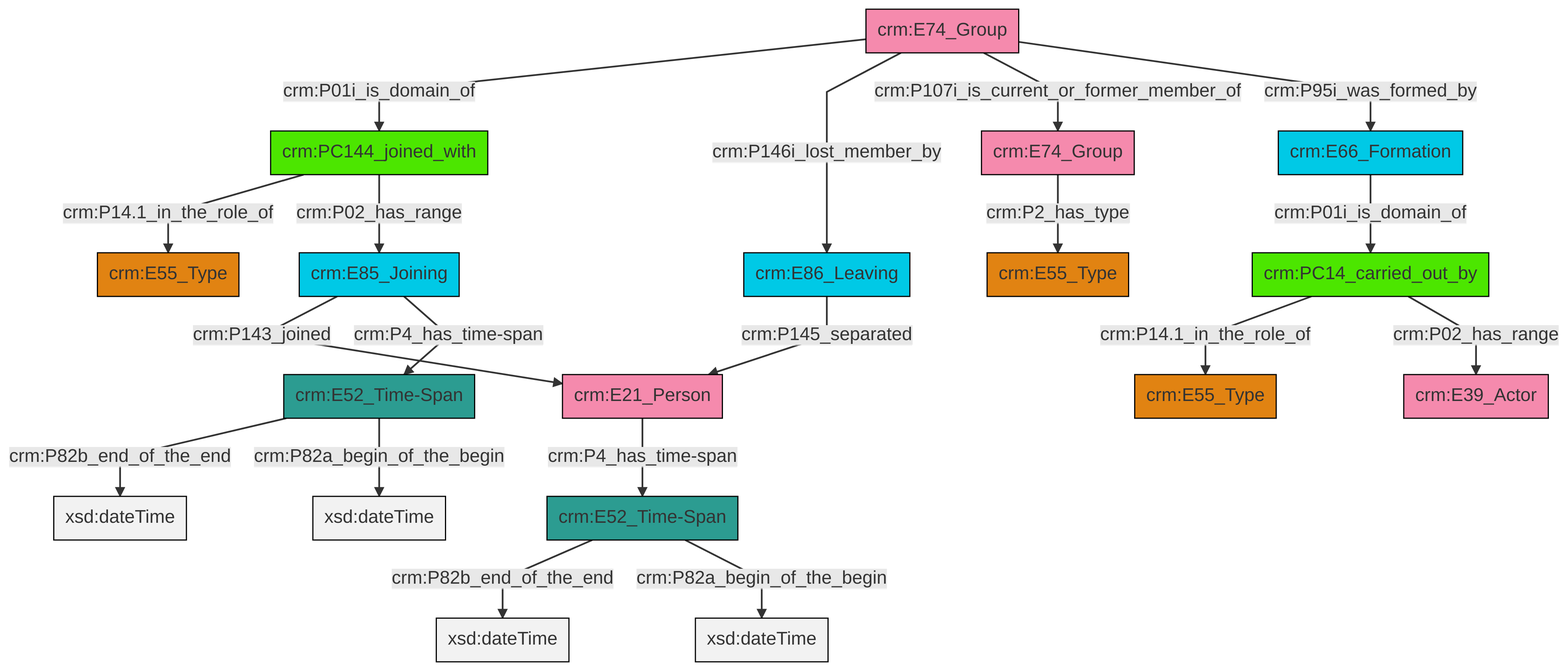
swiss-art-research-net/reference-data-models keeps this Mermaid diagram as et/groupCSV/ttl/mmd/png/group_actor_relations.png. Above is the earlier version. Its source is kept beside it as et/groupCSV/ttl/mmd/group_actor_relations.ttl.mmd.
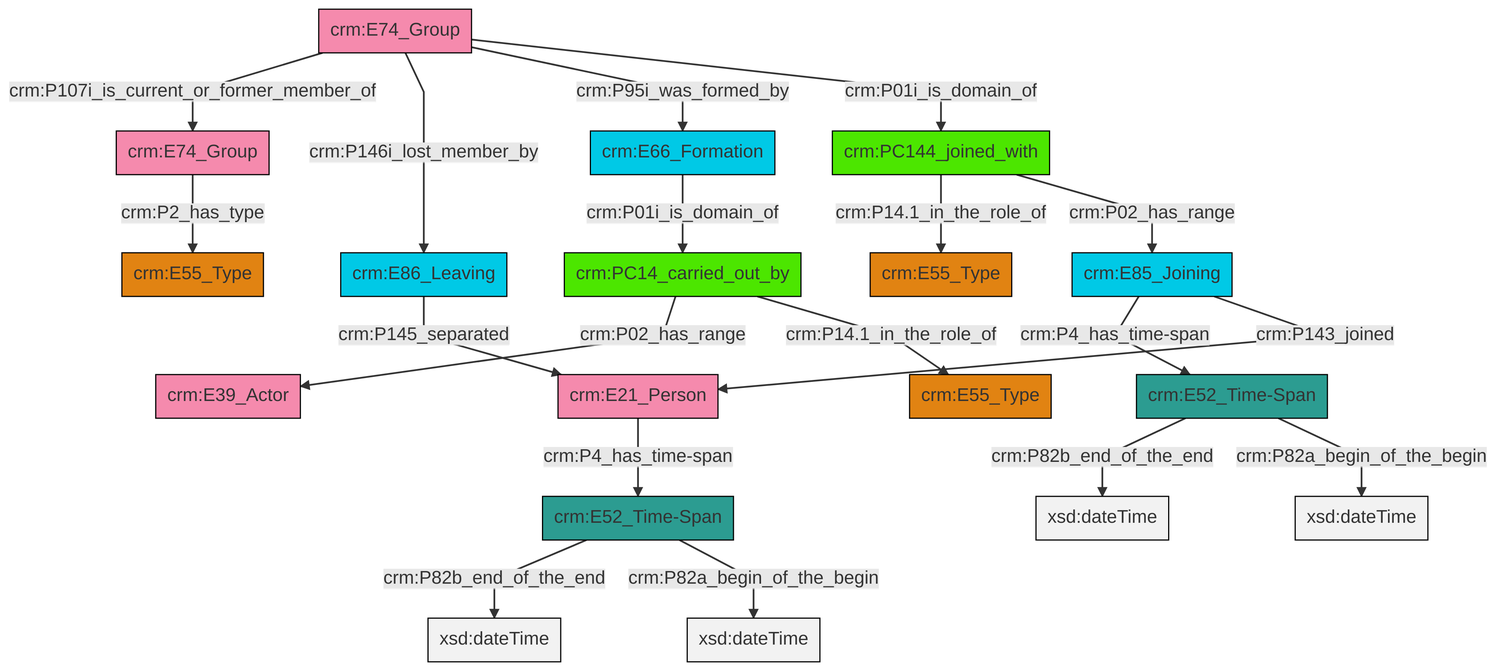
Above is the later version.

What changed in the source:
```diff
@@ -13,21 +13,21 @@
 classDef PC_Classes fill:#4ce600, stroke:#000000;
 classDef Multi fill:#cccccc,stroke:#000000;
 
-0["crm:E52_Time-Span"]:::Time-Span -->|crm:P82b_end_of_the_end| 1[xsd:dateTime]:::Literal
-2["crm:E74_Group"]:::Actor -->|crm:P2_has_type| 3["crm:E55_Type"]:::Type
-4["crm:E52_Time-Span"]:::Time-Span -->|crm:P82b_end_of_the_end| 5[xsd:dateTime]:::Literal
-6["crm:E21_Person"]:::Actor -->|crm:P4_has_time-span| 4["crm:E52_Time-Span"]:::Time-Span
-7["crm:E85_Joining"]:::Temporal_Entity -->|crm:P143_joined| 6["crm:E21_Person"]:::Actor
-8["crm:E86_Leaving"]:::Temporal_Entity -->|crm:P145_separated| 6["crm:E21_Person"]:::Actor
-7["crm:E85_Joining"]:::Temporal_Entity -->|crm:P4_has_time-span| 0["crm:E52_Time-Span"]:::Time-Span
-0["crm:E52_Time-Span"]:::Time-Span -->|crm:P82a_begin_of_the_begin| 12[xsd:dateTime]:::Literal
-16["crm:E74_Group"]:::Actor -->|crm:P01i_is_domain_of| 17["crm:PC144_joined_with"]:::PC_Classes
-20["crm:PC14_carried_out_by"]:::PC_Classes -->|crm:P14.1_in_the_role_of| 13["crm:E55_Type"]:::Type
-16["crm:E74_Group"]:::Actor -->|crm:P146i_lost_member_by| 8["crm:E86_Leaving"]:::Temporal_Entity
-21["crm:E66_Formation"]:::Temporal_Entity -->|crm:P01i_is_domain_of| 20["crm:PC14_carried_out_by"]:::PC_Classes
-4["crm:E52_Time-Span"]:::Time-Span -->|crm:P82a_begin_of_the_begin| 23[xsd:dateTime]:::Literal
-17["crm:PC144_joined_with"]:::PC_Classes -->|crm:P14.1_in_the_role_of| 18["crm:E55_Type"]:::Type
-16["crm:E74_Group"]:::Actor -->|crm:P107i_is_current_or_former_member_of| 2["crm:E74_Group"]:::Actor
-17["crm:PC144_joined_with"]:::PC_Classes -->|crm:P02_has_range| 7["crm:E85_Joining"]:::Temporal_Entity
-16["crm:E74_Group"]:::Actor -->|crm:P95i_was_formed_by| 21["crm:E66_Formation"]:::Temporal_Entity
-20["crm:PC14_carried_out_by"]:::PC_Classes -->|crm:P02_has_range| 33["crm:E39_Actor"]:::Actor
+0["crm:E74_Group"]:::Actor -->|crm:P107i_is_current_or_former_member_of| 1["crm:E74_Group"]:::Actor
+4["crm:PC14_carried_out_by"]:::PC_Classes -->|crm:P02_has_range| 5["crm:E39_Actor"]:::Actor
+6["crm:E52_Time-Span"]:::Time-Span -->|crm:P82b_end_of_the_end| 7[xsd:dateTime]:::Literal
+6["crm:E52_Time-Span"]:::Time-Span -->|crm:P82a_begin_of_the_begin| 10[xsd:dateTime]:::Literal
+11["crm:E52_Time-Span"]:::Time-Span -->|crm:P82b_end_of_the_end| 12[xsd:dateTime]:::Literal
+8["crm:E86_Leaving"]:::Temporal_Entity -->|crm:P145_separated| 14["crm:E21_Person"]:::Actor
+16["crm:PC144_joined_with"]:::PC_Classes -->|crm:P14.1_in_the_role_of| 2["crm:E55_Type"]:::Type
+0["crm:E74_Group"]:::Actor -->|crm:P146i_lost_member_by| 8["crm:E86_Leaving"]:::Temporal_Entity
+14["crm:E21_Person"]:::Actor -->|crm:P4_has_time-span| 6["crm:E52_Time-Span"]:::Time-Span
+22["crm:E66_Formation"]:::Temporal_Entity -->|crm:P01i_is_domain_of| 4["crm:PC14_carried_out_by"]:::PC_Classes
+25["crm:E85_Joining"]:::Temporal_Entity -->|crm:P4_has_time-span| 11["crm:E52_Time-Span"]:::Time-Span
+1["crm:E74_Group"]:::Actor -->|crm:P2_has_type| 19["crm:E55_Type"]:::Type
+16["crm:PC144_joined_with"]:::PC_Classes -->|crm:P02_has_range| 25["crm:E85_Joining"]:::Temporal_Entity
+11["crm:E52_Time-Span"]:::Time-Span -->|crm:P82a_begin_of_the_begin| 28[xsd:dateTime]:::Literal
+0["crm:E74_Group"]:::Actor -->|crm:P95i_was_formed_by| 22["crm:E66_Formation"]:::Temporal_Entity
+0["crm:E74_Group"]:::Actor -->|crm:P01i_is_domain_of| 16["crm:PC144_joined_with"]:::PC_Classes
+4["crm:PC14_carried_out_by"]:::PC_Classes -->|crm:P14.1_in_the_role_of| 23["crm:E55_Type"]:::Type
+25["crm:E85_Joining"]:::Temporal_Entity -->|crm:P143_joined| 14["crm:E21_Person"]:::Actor
```
